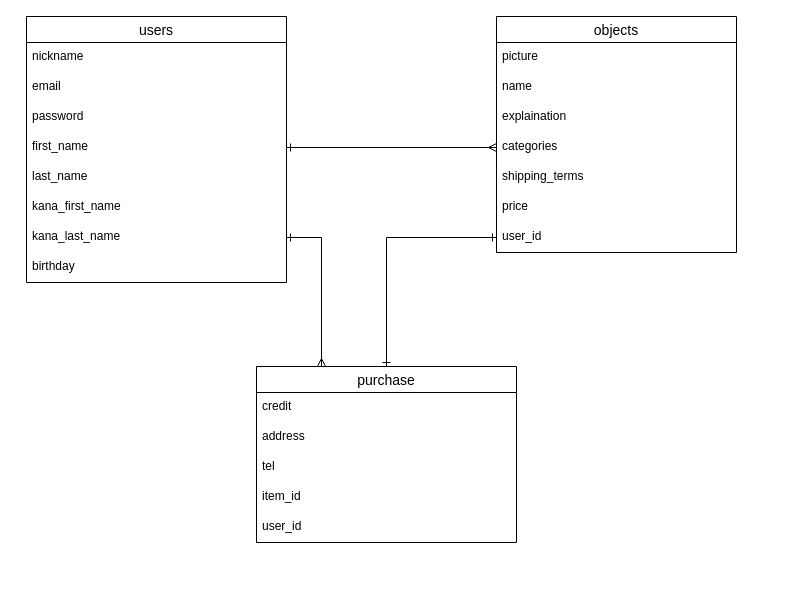
This is furima-28622.dio from mikafill/furima-28622, a draw.io file, before an edit. Source tidied: cells renumbered, new cells numbered last; positions are measured from the earlier drawing's top-left corner, leaving out a move shared by most shapes. Both pictures are drawn from the tidied source at 100%, with x=0, y=0 at pixel (26, 16).
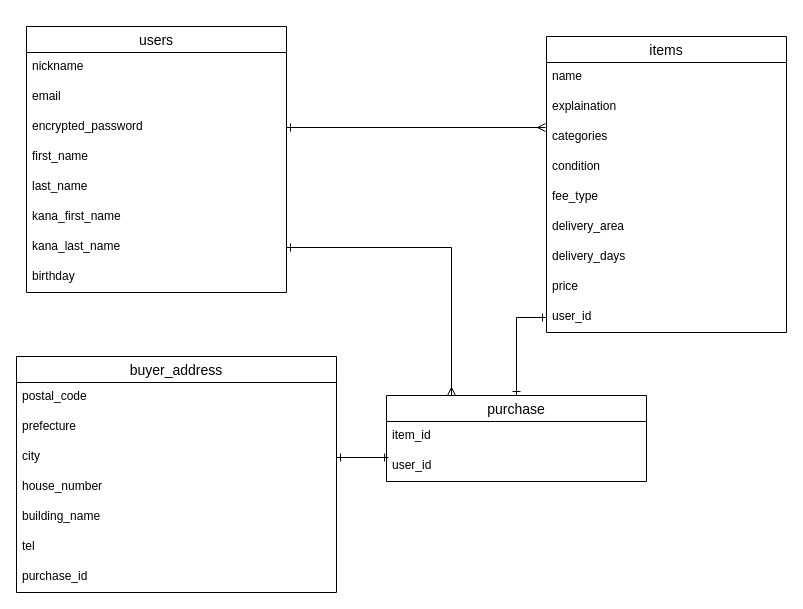
The same diagram, later.

Commit message (it also covers changes not shown here):
ER図とREADMEの見直し

The change refers to these unchanged cells:
```xml
<mxCell id="22" value="first_name" style="text;strokeColor=none;fillColor=none;spacingLeft=4;spacingRight=4;overflow=hidden;points=[[0,0.5],[1,0.5]];portConstraint=eastwest;fontSize=12;" parent="18" vertex="1">
  <mxGeometry y="116" width="260" height="30" as="geometry" />
</mxCell>
<mxCell id="25" value="kana_last_name" style="text;strokeColor=none;fillColor=none;spacingLeft=4;spacingRight=4;overflow=hidden;points=[[0,0.5],[1,0.5]];portConstraint=eastwest;fontSize=12;" parent="18" vertex="1">
  <mxGeometry y="206" width="260" height="30" as="geometry" />
</mxCell>
```

Change to the diagram source:
```diff
@@
+    <mxCell id="17" style="edgeStyle=orthogonalEdgeStyle;rounded=0;jettySize=auto;html=1;exitX=0;exitY=0.5;exitDx=0;exitDy=0;startArrow=ERone;startFill=0;endArrow=ERone;endFill=0;" parent="1" edge="1" source="9" target="11">
+      <mxGeometry relative="1" as="geometry" />
+    </mxCell>
+    <mxCell id="27" style="edgeStyle=orthogonalEdgeStyle;rounded=0;jettySize=auto;html=1;exitX=1;exitY=0.5;exitDx=0;exitDy=0;entryX=0.25;entryY=0;entryDx=0;entryDy=0;startArrow=ERone;startFill=0;endArrow=ERmany;endFill=0;endSize=6;" parent="1" edge="1" source="25" target="11">
+      <mxGeometry relative="1" as="geometry" />
+    </mxCell>
-    <mxCell id="2" value="objects" style="swimlane;fontStyle=0;horizontal=1;startSize=26;align=center;fontSize=14;" parent="1" vertex="1">
-      <mxGeometry x="470" width="240" height="236" as="geometry" />
+    <mxCell id="2" value="items" style="swimlane;fontStyle=0;horizontal=1;startSize=26;align=center;fontSize=14;" parent="1" vertex="1">
+      <mxGeometry x="520" y="20" width="240" height="296" as="geometry" />
     </mxCell>
-    <mxCell id="3" value="picture" style="text;strokeColor=none;fillColor=none;spacingLeft=4;spacingRight=4;overflow=hidden;fontSize=12;" parent="2" vertex="1">
-      <mxGeometry y="26" width="240" height="30" as="geometry" />
-    </mxCell>
     <mxCell id="4" value="name" style="text;strokeColor=none;fillColor=none;spacingLeft=4;spacingRight=4;overflow=hidden;fontSize=12;" parent="2" vertex="1">
-      <mxGeometry y="56" width="240" height="30" as="geometry" />
+      <mxGeometry y="26" width="240" height="30" as="geometry" />
     </mxCell>
     <mxCell id="5" value="explaination" style="text;strokeColor=none;fillColor=none;spacingLeft=4;spacingRight=4;overflow=hidden;fontSize=12;" parent="2" vertex="1">
-      <mxGeometry y="86" width="240" height="30" as="geometry" />
+      <mxGeometry y="56" width="240" height="30" as="geometry" />
     </mxCell>
     <mxCell id="6" value="categories" style="text;strokeColor=none;fillColor=none;spacingLeft=4;spacingRight=4;overflow=hidden;points=[[0,0.5],[1,0.5]];portConstraint=eastwest;fontSize=12;" parent="2" vertex="1">
-      <mxGeometry y="116" width="240" height="30" as="geometry" />
+      <mxGeometry y="86" width="240" height="30" as="geometry" />
     </mxCell>
+    <mxCell id="28" value="condition" style="text;strokeColor=none;fillColor=none;spacingLeft=4;spacingRight=4;overflow=hidden;fontSize=12;" parent="2" vertex="1">
+      <mxGeometry y="116" width="240" height="30" as="geometry" />
+    </mxCell>
-    <mxCell id="7" value="shipping_terms" style="text;strokeColor=none;fillColor=none;spacingLeft=4;spacingRight=4;overflow=hidden;fontSize=12;" parent="2" vertex="1">
+    <mxCell id="7" value="fee_type" style="text;strokeColor=none;fillColor=none;spacingLeft=4;spacingRight=4;overflow=hidden;fontSize=12;" parent="2" vertex="1">
       <mxGeometry y="146" width="240" height="30" as="geometry" />
     </mxCell>
-    <mxCell id="8" value="price" style="text;strokeColor=none;fillColor=none;spacingLeft=4;spacingRight=4;overflow=hidden;fontSize=12;" parent="2" vertex="1">
+    <mxCell id="8" value="delivery_area" style="text;strokeColor=none;fillColor=none;spacingLeft=4;spacingRight=4;overflow=hidden;fontSize=12;" parent="2" vertex="1">
       <mxGeometry y="176" width="240" height="30" as="geometry" />
     </mxCell>
+    <mxCell id="29" value="delivery_days" style="text;strokeColor=none;fillColor=none;spacingLeft=4;spacingRight=4;overflow=hidden;fontSize=12;" parent="2" vertex="1">
+      <mxGeometry y="206" width="240" height="30" as="geometry" />
+    </mxCell>
+    <mxCell id="30" value="price" style="text;strokeColor=none;fillColor=none;spacingLeft=4;spacingRight=4;overflow=hidden;fontSize=12;" parent="2" vertex="1">
+      <mxGeometry y="236" width="240" height="30" as="geometry" />
+    </mxCell>
     <mxCell id="9" value="user_id" style="text;strokeColor=none;fillColor=none;spacingLeft=4;spacingRight=4;overflow=hidden;points=[[0,0.5],[1,0.5]];portConstraint=eastwest;fontSize=12;" parent="2" vertex="1">
-      <mxGeometry y="206" width="240" height="30" as="geometry" />
+      <mxGeometry y="266" width="240" height="30" as="geometry" />
     </mxCell>
-    <mxCell id="10" style="edgeStyle=orthogonalEdgeStyle;rounded=0;jettySize=auto;html=1;exitX=1;exitY=0.5;exitDx=0;exitDy=0;entryX=0;entryY=0.5;entryDx=0;entryDy=0;endArrow=ERmany;endFill=0;endSize=6;startArrow=ERone;startFill=0;" parent="1" edge="1" source="22" target="6">
-      <mxGeometry relative="1" as="geometry" />
-    </mxCell>
-    <mxCell id="11" value="purchase" style="swimlane;fontStyle=0;horizontal=1;startSize=26;align=center;fontSize=14;" parent="1" vertex="1">
-      <mxGeometry x="230" y="350" width="260" height="176" as="geometry" />
-    </mxCell>
-    <mxCell id="12" value="credit" style="text;strokeColor=none;fillColor=none;spacingLeft=4;spacingRight=4;overflow=hidden;fontSize=12;" parent="11" vertex="1">
-      <mxGeometry y="26" width="260" height="30" as="geometry" />
-    </mxCell>
-    <mxCell id="13" value="address" style="text;strokeColor=none;fillColor=none;spacingLeft=4;spacingRight=4;overflow=hidden;fontSize=12;" parent="11" vertex="1">
-      <mxGeometry y="56" width="260" height="30" as="geometry" />
-    </mxCell>
-    <mxCell id="14" value="tel" style="text;strokeColor=none;fillColor=none;spacingLeft=4;spacingRight=4;overflow=hidden;fontSize=12;" parent="11" vertex="1">
-      <mxGeometry y="86" width="260" height="30" as="geometry" />
-    </mxCell>
-    <mxCell id="15" value="item_id" style="text;strokeColor=none;fillColor=none;spacingLeft=4;spacingRight=4;overflow=hidden;fontSize=12;" parent="11" vertex="1">
-      <mxGeometry y="116" width="260" height="30" as="geometry" />
-    </mxCell>
-    <mxCell id="16" value="user_id" style="text;strokeColor=none;fillColor=none;spacingLeft=4;spacingRight=4;overflow=hidden;points=[[0,0.5],[1,0.5]];portConstraint=eastwest;fontSize=12;" parent="11" vertex="1">
-      <mxGeometry y="146" width="260" height="30" as="geometry" />
-    </mxCell>
-    <mxCell id="17" style="edgeStyle=orthogonalEdgeStyle;rounded=0;jettySize=auto;html=1;exitX=0;exitY=0.5;exitDx=0;exitDy=0;startArrow=ERone;startFill=0;endArrow=ERone;endFill=0;" parent="1" edge="1" source="9" target="11">
-      <mxGeometry relative="1" as="geometry" />
-    </mxCell>
     <mxCell id="18" value="users" style="swimlane;fontStyle=0;horizontal=1;startSize=26;align=center;fontSize=14;" parent="1" vertex="1">
-      <mxGeometry width="260" height="266" as="geometry" />
+      <mxGeometry y="10" width="260" height="266" as="geometry" />
     </mxCell>
@@
-    <mxCell id="21" value="password" style="text;strokeColor=none;fillColor=none;spacingLeft=4;spacingRight=4;overflow=hidden;points=[[0,0.5],[1,0.5]];portConstraint=eastwest;fontSize=12;" parent="18" vertex="1">
+    <mxCell id="21" value="encrypted_password" style="text;strokeColor=none;fillColor=none;spacingLeft=4;spacingRight=4;overflow=hidden;points=[[0,0.5],[1,0.5]];portConstraint=eastwest;fontSize=12;" parent="18" vertex="1">
       <mxGeometry y="86" width="260" height="30" as="geometry" />
     </mxCell>
@@
-    <mxCell id="27" style="edgeStyle=orthogonalEdgeStyle;rounded=0;jettySize=auto;html=1;exitX=1;exitY=0.5;exitDx=0;exitDy=0;entryX=0.25;entryY=0;entryDx=0;entryDy=0;startArrow=ERone;startFill=0;endArrow=ERmany;endFill=0;endSize=6;" parent="1" edge="1" source="25" target="11">
-      <mxGeometry relative="1" as="geometry" />
-    </mxCell>
+    <mxCell id="31" style="edgeStyle=orthogonalEdgeStyle;rounded=0;jettySize=auto;html=1;exitX=1;exitY=0.5;exitDx=0;exitDy=0;entryX=-0.004;entryY=0.167;entryDx=0;entryDy=0;entryPerimeter=0;endArrow=ERmany;endFill=0;startArrow=ERone;startFill=0;" parent="1" edge="1" source="21" target="6">
+      <mxGeometry relative="1" as="geometry" />
+    </mxCell>
+    <mxCell id="11" value="purchase" style="swimlane;fontStyle=0;horizontal=1;startSize=26;align=center;fontSize=14;" parent="1" vertex="1">
+      <mxGeometry x="360" y="379" width="260" height="86" as="geometry" />
+    </mxCell>
+    <mxCell id="15" value="item_id" style="text;strokeColor=none;fillColor=none;spacingLeft=4;spacingRight=4;overflow=hidden;fontSize=12;" parent="11" vertex="1">
+      <mxGeometry y="26" width="260" height="30" as="geometry" />
+    </mxCell>
+    <mxCell id="16" value="user_id" style="text;strokeColor=none;fillColor=none;spacingLeft=4;spacingRight=4;overflow=hidden;points=[[0,0.5],[1,0.5]];portConstraint=eastwest;fontSize=12;" parent="11" vertex="1">
+      <mxGeometry y="56" width="260" height="30" as="geometry" />
+    </mxCell>
+    <mxCell id="32" style="edgeStyle=orthogonalEdgeStyle;rounded=0;jettySize=auto;html=1;exitX=1;exitY=0.5;exitDx=0;exitDy=0;entryX=0.008;entryY=0.2;entryDx=0;entryDy=0;entryPerimeter=0;endArrow=ERone;endFill=0;startArrow=ERone;startFill=0;" parent="1" edge="1" source="36" target="16">
+      <mxGeometry relative="1" as="geometry" />
+    </mxCell>
+    <mxCell id="33" value="buyer_address" style="swimlane;fontStyle=0;horizontal=1;startSize=26;align=center;fontSize=14;" parent="1" vertex="1">
+      <mxGeometry x="-10" y="340" width="320" height="236" as="geometry" />
+    </mxCell>
+    <mxCell id="34" value="postal_code" style="text;strokeColor=none;fillColor=none;spacingLeft=4;spacingRight=4;overflow=hidden;fontSize=12;" parent="33" vertex="1">
+      <mxGeometry y="26" width="320" height="30" as="geometry" />
+    </mxCell>
+    <mxCell id="35" value="prefecture" style="text;strokeColor=none;fillColor=none;spacingLeft=4;spacingRight=4;overflow=hidden;fontSize=12;" parent="33" vertex="1">
+      <mxGeometry y="56" width="320" height="30" as="geometry" />
+    </mxCell>
+    <mxCell id="36" value="city" style="text;strokeColor=none;fillColor=none;spacingLeft=4;spacingRight=4;overflow=hidden;points=[[0,0.5],[1,0.5]];portConstraint=eastwest;fontSize=12;" parent="33" vertex="1">
+      <mxGeometry y="86" width="320" height="30" as="geometry" />
+    </mxCell>
+    <mxCell id="37" value="house_number" style="text;strokeColor=none;fillColor=none;spacingLeft=4;spacingRight=4;overflow=hidden;fontSize=12;" parent="33" vertex="1">
+      <mxGeometry y="116" width="320" height="30" as="geometry" />
+    </mxCell>
+    <mxCell id="38" value="building_name" style="text;strokeColor=none;fillColor=none;spacingLeft=4;spacingRight=4;overflow=hidden;fontSize=12;" parent="33" vertex="1">
+      <mxGeometry y="146" width="320" height="30" as="geometry" />
+    </mxCell>
+    <mxCell id="14" value="tel" style="text;strokeColor=none;fillColor=none;spacingLeft=4;spacingRight=4;overflow=hidden;fontSize=12;" parent="33" vertex="1">
+      <mxGeometry y="176" width="320" height="30" as="geometry" />
+    </mxCell>
+    <mxCell id="39" value="purchase_id" style="text;strokeColor=none;fillColor=none;spacingLeft=4;spacingRight=4;overflow=hidden;fontSize=12;" parent="33" vertex="1">
+      <mxGeometry y="206" width="320" height="30" as="geometry" />
+    </mxCell>
```
